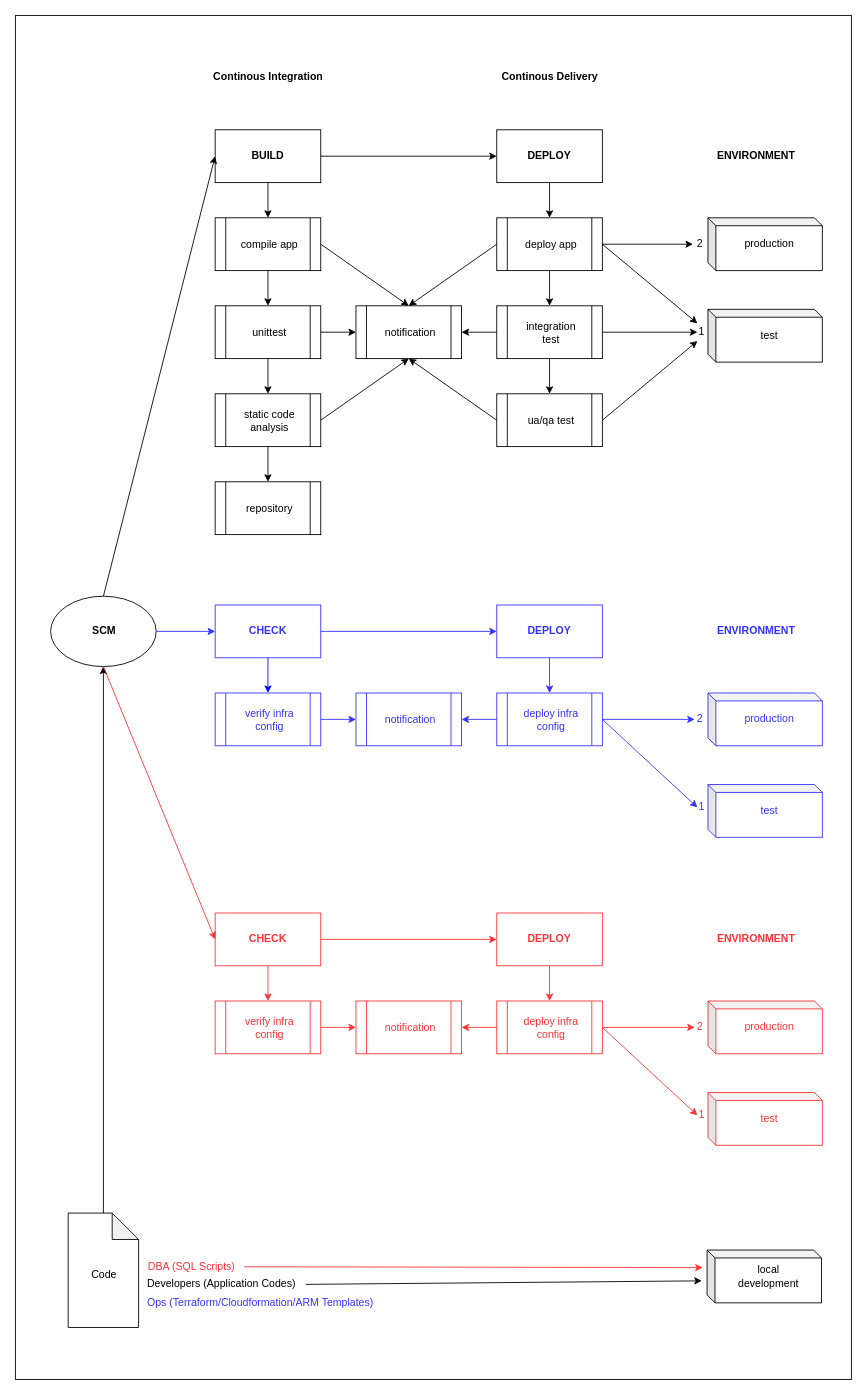
Before: ci-cd_pipeline.drawio in jayamorin/pipeline, a draw.io diagram. Source tidied: cells renumbered, new cells numbered last; positions are measured from the earlier drawing's top-left corner, leaving out a move shared by most shapes. Both pictures are drawn from the tidied source at 88%, with x=0, y=0 at pixel (15, 15).
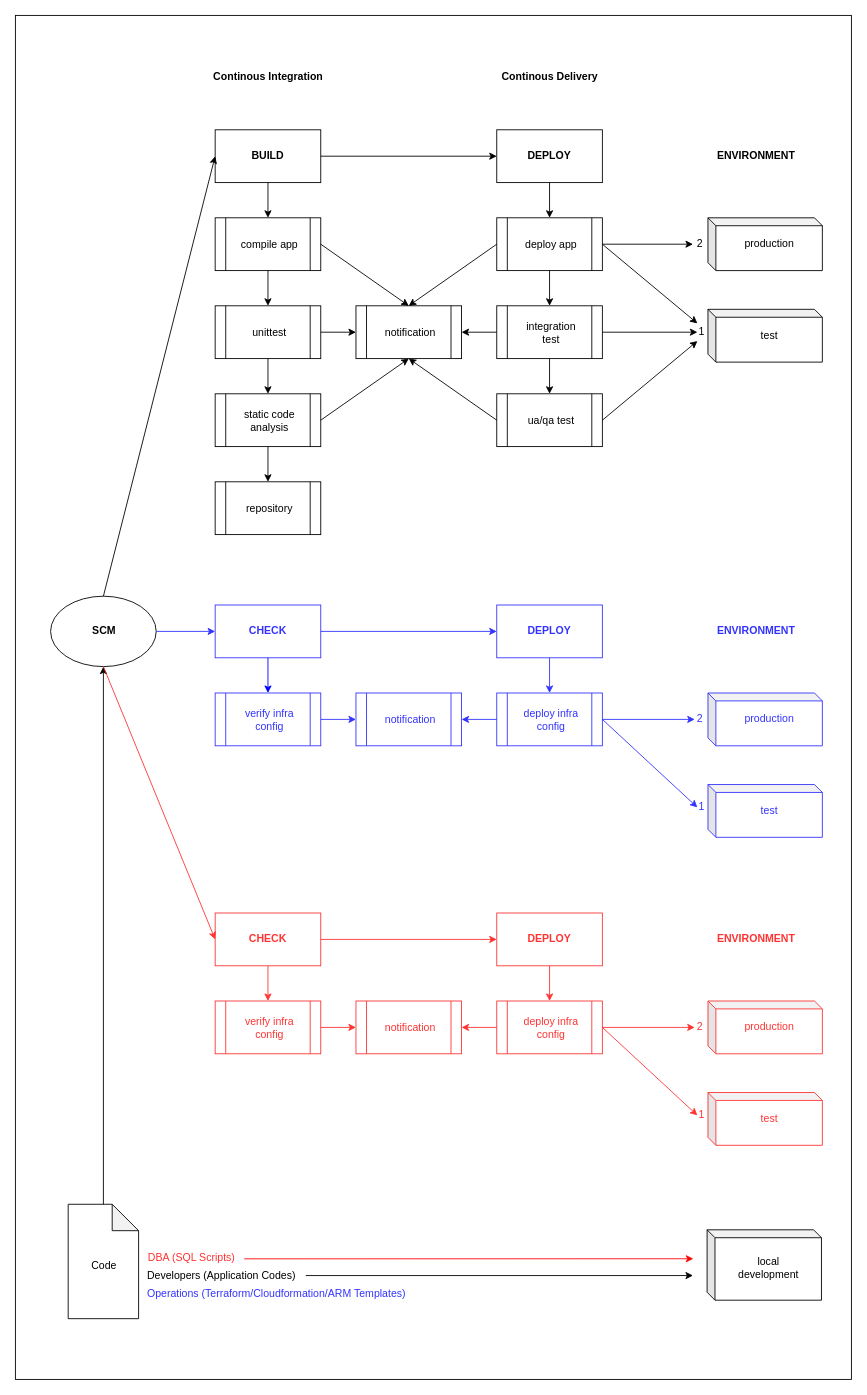
After the change.

What changed in the source:
```diff
@@
     <mxCell id="8" style="shape=note;whiteSpace=wrap;html=1;backgroundOutline=1;darkOpacity=0.05;" parent="1" vertex="1">
-      <mxGeometry x="60" y="1361" width="80" height="130" as="geometry" />
+      <mxGeometry x="60" y="1351" width="80" height="130" as="geometry" />
     </mxCell>
@@
     <mxCell id="42" style="shape=cube;whiteSpace=wrap;html=1;boundedLbl=1;backgroundOutline=1;darkOpacity=0.05;darkOpacity2=0.1;align=center;size=9;" parent="1" vertex="1">
-      <mxGeometry x="786" y="1403" width="130" height="60" as="geometry" />
+      <mxGeometry x="786" y="1380" width="130" height="80" as="geometry" />
     </mxCell>
     <mxCell id="43" value="local development" style="text;html=1;strokeColor=none;fillColor=none;align=center;verticalAlign=middle;whiteSpace=wrap;rounded=0;" parent="1" vertex="1">
-      <mxGeometry x="821" y="1423" width="70" height="20" as="geometry" />
+      <mxGeometry x="821" y="1413" width="70" height="20" as="geometry" />
     </mxCell>
@@
     <mxCell id="54" value="Code" style="text;html=1;strokeColor=none;fillColor=none;align=center;verticalAlign=middle;whiteSpace=wrap;rounded=0;" parent="1" vertex="1">
-      <mxGeometry x="81" y="1421" width="40" height="20" as="geometry" />
+      <mxGeometry x="81" y="1411" width="40" height="20" as="geometry" />
     </mxCell>
     <mxCell id="55" value="Developers (Application Codes)" style="text;html=1;strokeColor=none;fillColor=none;align=left;verticalAlign=middle;whiteSpace=wrap;rounded=0;" parent="1" vertex="1">
-      <mxGeometry x="148" y="1432" width="182" height="20" as="geometry" />
+      <mxGeometry x="148" y="1422" width="182" height="20" as="geometry" />
     </mxCell>
-    <mxCell id="56" value="Ops (Terraform/Cloudformation/ARM Templates)" style="text;html=1;align=left;verticalAlign=middle;whiteSpace=wrap;rounded=0;fontColor=#3333FF;" parent="1" vertex="1">
-      <mxGeometry x="148" y="1453" width="262" height="20" as="geometry" />
+    <mxCell id="56" value="Operations (Terraform/Cloudformation/ARM Templates)" style="text;html=1;align=left;verticalAlign=middle;whiteSpace=wrap;rounded=0;fontColor=#3333FF;" parent="1" vertex="1">
+      <mxGeometry x="148" y="1443" width="302" height="20" as="geometry" />
     </mxCell>
-    <mxCell id="57" style="endArrow=classic;html=1;exitX=1;exitY=0.5;exitDx=0;exitDy=0;" parent="1" edge="1" source="55">
-      <mxGeometry relative="1" as="geometry">
-        <mxPoint x="780" y="1438" as="targetPoint" />
-        <Array as="points">
-          <mxPoint x="780" y="1438" />
-        </Array>
-      </mxGeometry>
-    </mxCell>
@@
     <mxCell id="110" value="DBA (SQL Scripts)" style="text;html=1;strokeColor=none;fillColor=none;align=left;verticalAlign=middle;whiteSpace=wrap;rounded=0;fontColor=#FF3333;" parent="1" vertex="1">
-      <mxGeometry x="149" y="1412" width="111" height="20" as="geometry" />
+      <mxGeometry x="149" y="1402" width="111" height="20" as="geometry" />
     </mxCell>
-    <mxCell id="111" style="endArrow=classic;html=1;exitX=1;exitY=0.5;exitDx=0;exitDy=0;fontColor=#FF3333;strokeColor=#FF3333;entryX=-0.038;entryY=0.333;entryDx=0;entryDy=0;entryPerimeter=0;" parent="1" edge="1" source="110" target="42">
-      <mxGeometry relative="1" as="geometry" />
-    </mxCell>
@@
+    <mxCell id="113" style="endArrow=classic;html=1;strokeColor=#000000;fontColor=#FF3333;exitX=1;exitY=0.5;exitDx=0;exitDy=0;" parent="1" edge="1" source="55">
+      <mxGeometry relative="1" as="geometry">
+        <mxPoint x="770" y="1432" as="targetPoint" />
+      </mxGeometry>
+    </mxCell>
+    <mxCell id="114" style="endArrow=classic;html=1;strokeColor=#FF0000;fontColor=#FF3333;exitX=1;exitY=0.5;exitDx=0;exitDy=0;entryX=0.811;entryY=0.918;entryDx=0;entryDy=0;entryPerimeter=0;" parent="1" edge="1">
+      <mxGeometry relative="1" as="geometry">
+        <mxPoint x="260" y="1413" as="sourcePoint" />
+        <mxPoint x="770.4" y="1412.9" as="targetPoint" />
+      </mxGeometry>
+    </mxCell>
```
